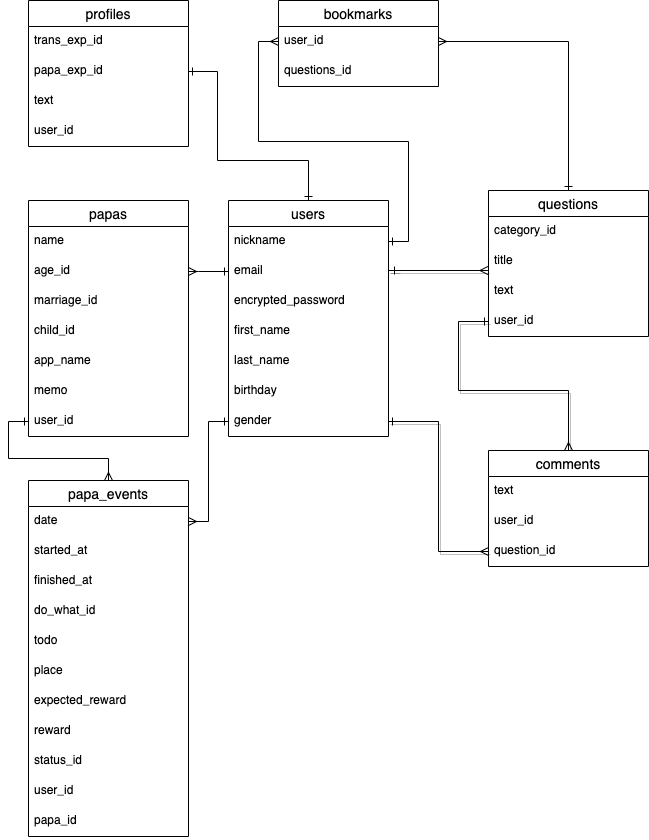
This is ER.drawio.png from Chukoto/wyvez-test, a draw.io export, as it was before one commit. Source tidied: cells renumbered, new cells last; positions are measured from the earlier drawing's top-left corner, leaving out a move shared by most shapes.
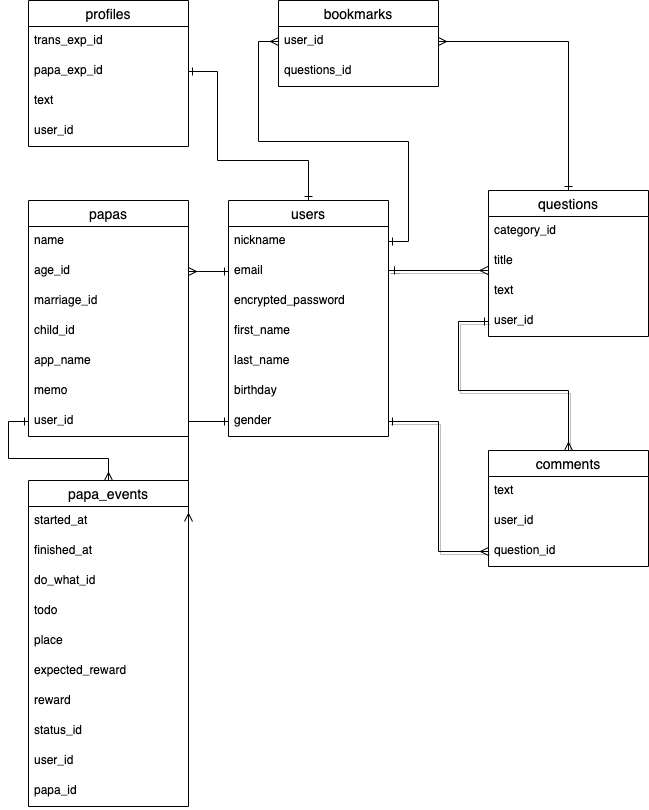
Later version of the same file.

Change to the diagram source:
```diff
@@ -153,43 +153,42 @@
       <mxGeometry relative="1" as="geometry" />
     </mxCell>
     <mxCell id="43" value="papa_events" style="swimlane;fontStyle=0;horizontal=1;startSize=26;align=center;fontSize=14;" parent="1" vertex="1">
-      <mxGeometry y="480" width="160" height="356" as="geometry" />
+      <mxGeometry y="480" width="160" height="326" as="geometry" />
     </mxCell>
-    <mxCell id="44" value="date" style="text;strokeColor=none;fillColor=none;spacingLeft=4;spacingRight=4;overflow=hidden;points=[[0,0.5],[1,0.5]];portConstraint=eastwest;fontSize=12;" parent="43" vertex="1">
-      <mxGeometry y="26" width="160" height="30" as="geometry" />
-    </mxCell>
     <mxCell id="45" value="started_at" style="text;strokeColor=none;fillColor=none;spacingLeft=4;spacingRight=4;overflow=hidden;fontSize=12;" parent="43" vertex="1">
-      <mxGeometry y="56" width="160" height="30" as="geometry" />
+      <mxGeometry y="26" width="160" height="30" as="geometry" />
     </mxCell>
     <mxCell id="46" value="finished_at" style="text;strokeColor=none;fillColor=none;spacingLeft=4;spacingRight=4;overflow=hidden;fontSize=12;" parent="43" vertex="1">
-      <mxGeometry y="86" width="160" height="30" as="geometry" />
+      <mxGeometry y="56" width="160" height="30" as="geometry" />
     </mxCell>
     <mxCell id="47" value="do_what_id" style="text;strokeColor=none;fillColor=none;spacingLeft=4;spacingRight=4;overflow=hidden;fontSize=12;" parent="43" vertex="1">
-      <mxGeometry y="116" width="160" height="30" as="geometry" />
+      <mxGeometry y="86" width="160" height="30" as="geometry" />
     </mxCell>
     <mxCell id="48" value="todo" style="text;strokeColor=none;fillColor=none;spacingLeft=4;spacingRight=4;overflow=hidden;fontSize=12;" parent="43" vertex="1">
-      <mxGeometry y="146" width="160" height="30" as="geometry" />
+      <mxGeometry y="116" width="160" height="30" as="geometry" />
     </mxCell>
     <mxCell id="49" value="place" style="text;strokeColor=none;fillColor=none;spacingLeft=4;spacingRight=4;overflow=hidden;fontSize=12;" parent="43" vertex="1">
-      <mxGeometry y="176" width="160" height="30" as="geometry" />
+      <mxGeometry y="146" width="160" height="30" as="geometry" />
     </mxCell>
     <mxCell id="50" value="expected_reward" style="text;strokeColor=none;fillColor=none;spacingLeft=4;spacingRight=4;overflow=hidden;fontSize=12;" parent="43" vertex="1">
-      <mxGeometry y="206" width="160" height="30" as="geometry" />
+      <mxGeometry y="176" width="160" height="30" as="geometry" />
     </mxCell>
     <mxCell id="51" value="reward" style="text;strokeColor=none;fillColor=none;spacingLeft=4;spacingRight=4;overflow=hidden;fontSize=12;" parent="43" vertex="1">
-      <mxGeometry y="236" width="160" height="30" as="geometry" />
+      <mxGeometry y="206" width="160" height="30" as="geometry" />
     </mxCell>
     <mxCell id="52" value="status_id" style="text;strokeColor=none;fillColor=none;spacingLeft=4;spacingRight=4;overflow=hidden;fontSize=12;" parent="43" vertex="1">
-      <mxGeometry y="266" width="160" height="30" as="geometry" />
+      <mxGeometry y="236" width="160" height="30" as="geometry" />
     </mxCell>
     <mxCell id="53" value="user_id" style="text;strokeColor=none;fillColor=none;spacingLeft=4;spacingRight=4;overflow=hidden;fontSize=12;" parent="43" vertex="1">
-      <mxGeometry y="296" width="160" height="30" as="geometry" />
+      <mxGeometry y="266" width="160" height="30" as="geometry" />
     </mxCell>
     <mxCell id="54" value="papa_id" style="text;strokeColor=none;fillColor=none;spacingLeft=4;spacingRight=4;overflow=hidden;fontSize=12;" parent="43" vertex="1">
-      <mxGeometry y="326" width="160" height="30" as="geometry" />
+      <mxGeometry y="296" width="160" height="30" as="geometry" />
     </mxCell>
-    <mxCell id="55" style="edgeStyle=orthogonalEdgeStyle;rounded=0;jettySize=auto;html=1;exitX=1;exitY=0.5;exitDx=0;exitDy=0;entryX=0;entryY=0.5;entryDx=0;entryDy=0;endArrow=ERone;endFill=0;startArrow=ERmany;startFill=0;" parent="1" edge="1" source="44" target="32">
-      <mxGeometry relative="1" as="geometry" />
+    <mxCell id="55" style="edgeStyle=orthogonalEdgeStyle;rounded=0;jettySize=auto;html=1;exitX=1;exitY=0.5;exitDx=0;exitDy=0;entryX=0;entryY=0.5;entryDx=0;entryDy=0;endArrow=ERone;endFill=0;startArrow=ERmany;startFill=0;" parent="1" edge="1" target="32">
+      <mxGeometry relative="1" as="geometry">
+        <mxPoint x="160" y="521" as="sourcePoint" />
+      </mxGeometry>
     </mxCell>
   </root>
 </mxGraphModel>
```
